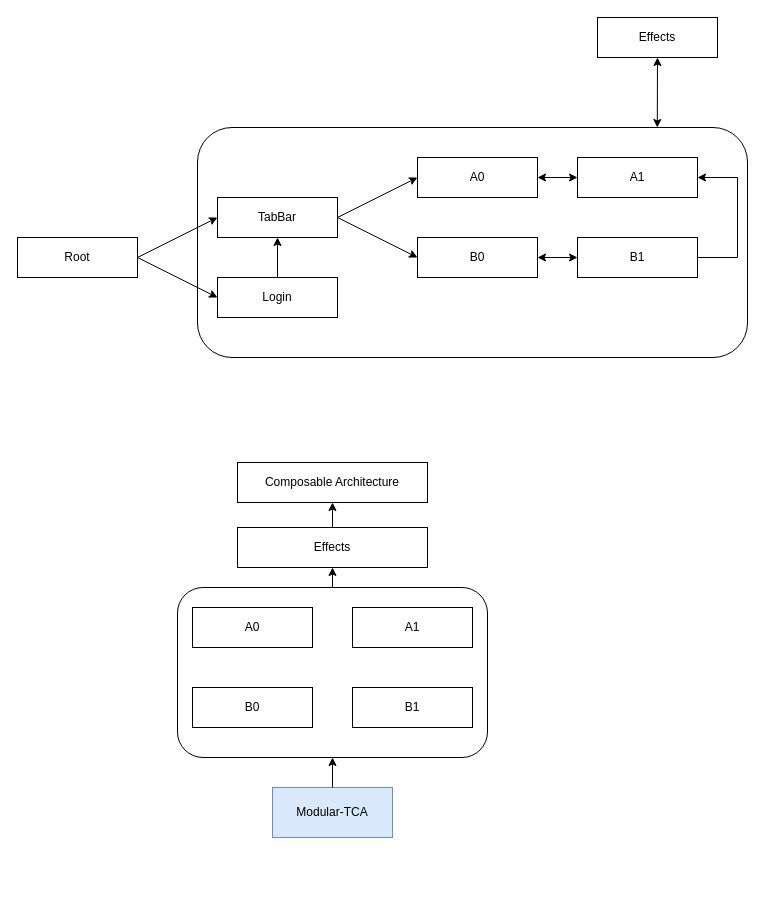
Above: Modular-TCA.drawio in kiryun/Modular-TCA (draw.io), before the change. Source tidied: cells renumbered, new cells numbered last; positions are measured from the earlier drawing's top-left corner, leaving out a move shared by most shapes. Both pictures are drawn from the tidied source at 100%, with x=0, y=0 at pixel (17, 17).
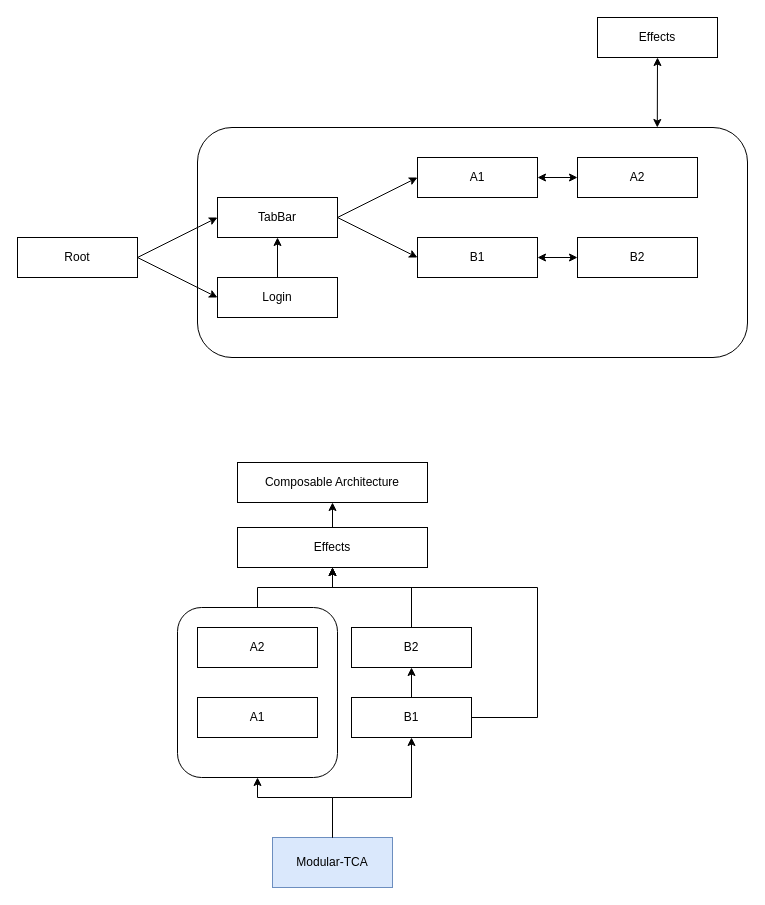
After the change.

The change refers to these unchanged cells:
```xml
<mxCell id="22" value="Effects" style="rounded=0;whiteSpace=wrap;html=1;" parent="1" vertex="1">
  <mxGeometry x="220" y="510" width="190" height="40" as="geometry" />
</mxCell>
```

What changed in the source:
```diff
@@
     <mxCell id="2" style="rounded=1;whiteSpace=wrap;html=1;" parent="1" vertex="1">
-      <mxGeometry x="160" y="570" width="310" height="170" as="geometry" />
+      <mxGeometry x="160" y="590" width="160" height="170" as="geometry" />
     </mxCell>
@@
-    <mxCell id="7" value="A0" style="rounded=0;whiteSpace=wrap;html=1;" parent="1" vertex="1">
+    <mxCell id="7" value="A1" style="rounded=0;whiteSpace=wrap;html=1;" parent="1" vertex="1">
       <mxGeometry x="400" y="140" width="120" height="40" as="geometry" />
     </mxCell>
-    <mxCell id="8" value="A1" style="rounded=0;whiteSpace=wrap;html=1;" parent="1" vertex="1">
+    <mxCell id="8" value="A2" style="rounded=0;whiteSpace=wrap;html=1;" parent="1" vertex="1">
       <mxGeometry x="560" y="140" width="120" height="40" as="geometry" />
     </mxCell>
-    <mxCell id="9" value="B0" style="rounded=0;whiteSpace=wrap;html=1;" parent="1" vertex="1">
+    <mxCell id="9" value="B1" style="rounded=0;whiteSpace=wrap;html=1;" parent="1" vertex="1">
       <mxGeometry x="400" y="220" width="120" height="40" as="geometry" />
     </mxCell>
-    <mxCell id="10" value="B1" style="rounded=0;whiteSpace=wrap;html=1;" parent="1" vertex="1">
+    <mxCell id="10" value="B2" style="rounded=0;whiteSpace=wrap;html=1;" parent="1" vertex="1">
       <mxGeometry x="560" y="220" width="120" height="40" as="geometry" />
     </mxCell>
@@
-    <mxCell id="16" style="endArrow=classic;html=1;rounded=0;exitX=1;exitY=0.5;exitDx=0;exitDy=0;entryX=1;entryY=0.5;entryDx=0;entryDy=0;" parent="1" edge="1" source="10" target="8">
-      <mxGeometry relative="1" as="geometry">
-        <Array as="points">
-          <mxPoint x="720" y="240" />
-          <mxPoint x="720" y="160" />
-        </Array>
-      </mxGeometry>
-    </mxCell>
@@
-    <mxCell id="23" value="A0" style="rounded=0;whiteSpace=wrap;html=1;" parent="1" vertex="1">
-      <mxGeometry x="175" y="590" width="120" height="40" as="geometry" />
+    <mxCell id="23" value="A2" style="rounded=0;whiteSpace=wrap;html=1;" parent="1" vertex="1">
+      <mxGeometry x="180" y="610" width="120" height="40" as="geometry" />
     </mxCell>
     <mxCell id="24" value="A1" style="rounded=0;whiteSpace=wrap;html=1;" parent="1" vertex="1">
-      <mxGeometry x="335" y="590" width="120" height="40" as="geometry" />
+      <mxGeometry x="180" y="680" width="120" height="40" as="geometry" />
     </mxCell>
-    <mxCell id="25" value="B0" style="rounded=0;whiteSpace=wrap;html=1;" parent="1" vertex="1">
-      <mxGeometry x="175" y="670" width="120" height="40" as="geometry" />
+    <mxCell id="25" value="B2" style="rounded=0;whiteSpace=wrap;html=1;" parent="1" vertex="1">
+      <mxGeometry x="334" y="610" width="120" height="40" as="geometry" />
     </mxCell>
     <mxCell id="26" value="B1" style="rounded=0;whiteSpace=wrap;html=1;" parent="1" vertex="1">
-      <mxGeometry x="335" y="670" width="120" height="40" as="geometry" />
+      <mxGeometry x="334" y="680" width="120" height="40" as="geometry" />
     </mxCell>
     <mxCell id="27" value="Modular-TCA" style="rounded=0;whiteSpace=wrap;html=1;fillColor=#dae8fc;strokeColor=#6c8ebf;" parent="1" vertex="1">
-      <mxGeometry x="255" y="770" width="120" height="50" as="geometry" />
+      <mxGeometry x="255" y="820" width="120" height="50" as="geometry" />
     </mxCell>
@@
     <mxCell id="29" style="endArrow=classic;html=1;rounded=0;entryX=0.5;entryY=1;entryDx=0;entryDy=0;exitX=0.5;exitY=0;exitDx=0;exitDy=0;" parent="1" edge="1" source="2" target="22">
-      <mxGeometry relative="1" as="geometry" />
+      <mxGeometry relative="1" as="geometry">
+        <Array as="points">
+          <mxPoint x="240" y="570" />
+          <mxPoint x="315" y="570" />
+        </Array>
+      </mxGeometry>
     </mxCell>
-    <mxCell id="30" style="endArrow=classic;html=1;rounded=0;exitX=0.5;exitY=0;exitDx=0;exitDy=0;" parent="1" edge="1" source="27">
+    <mxCell id="30" style="endArrow=classic;html=1;rounded=0;exitX=0.5;exitY=0;exitDx=0;exitDy=0;entryX=0.5;entryY=1;entryDx=0;entryDy=0;" parent="1" edge="1" source="27" target="2">
       <mxGeometry relative="1" as="geometry">
-        <mxPoint x="315" y="740" as="targetPoint" />
+        <Array as="points">
+          <mxPoint x="315" y="780" />
+          <mxPoint x="240" y="780" />
+        </Array>
       </mxGeometry>
     </mxCell>
+    <mxCell id="31" style="endArrow=classic;html=1;rounded=0;exitX=0.5;exitY=0;exitDx=0;exitDy=0;entryX=0.5;entryY=1;entryDx=0;entryDy=0;" parent="1" edge="1" source="27" target="26">
+      <mxGeometry relative="1" as="geometry">
+        <Array as="points">
+          <mxPoint x="315" y="780" />
+          <mxPoint x="394" y="780" />
+        </Array>
+      </mxGeometry>
+    </mxCell>
+    <mxCell id="32" style="endArrow=classic;html=1;rounded=0;entryX=0.5;entryY=1;entryDx=0;entryDy=0;exitX=0.5;exitY=0;exitDx=0;exitDy=0;" parent="1" edge="1" source="26" target="25">
+      <mxGeometry relative="1" as="geometry" />
+    </mxCell>
+    <mxCell id="33" style="endArrow=classic;html=1;rounded=0;exitX=1;exitY=0.5;exitDx=0;exitDy=0;entryX=0.5;entryY=1;entryDx=0;entryDy=0;" parent="1" edge="1" source="26" target="22">
+      <mxGeometry relative="1" as="geometry">
+        <Array as="points">
+          <mxPoint x="520" y="700" />
+          <mxPoint x="520" y="570" />
+          <mxPoint x="315" y="570" />
+        </Array>
+      </mxGeometry>
+    </mxCell>
+    <mxCell id="34" style="endArrow=classic;html=1;rounded=0;entryX=0.5;entryY=1;entryDx=0;entryDy=0;exitX=0.5;exitY=0;exitDx=0;exitDy=0;" parent="1" edge="1" source="25" target="22">
+      <mxGeometry relative="1" as="geometry">
+        <Array as="points">
+          <mxPoint x="394" y="570" />
+          <mxPoint x="315" y="570" />
+        </Array>
+      </mxGeometry>
+    </mxCell>
```
